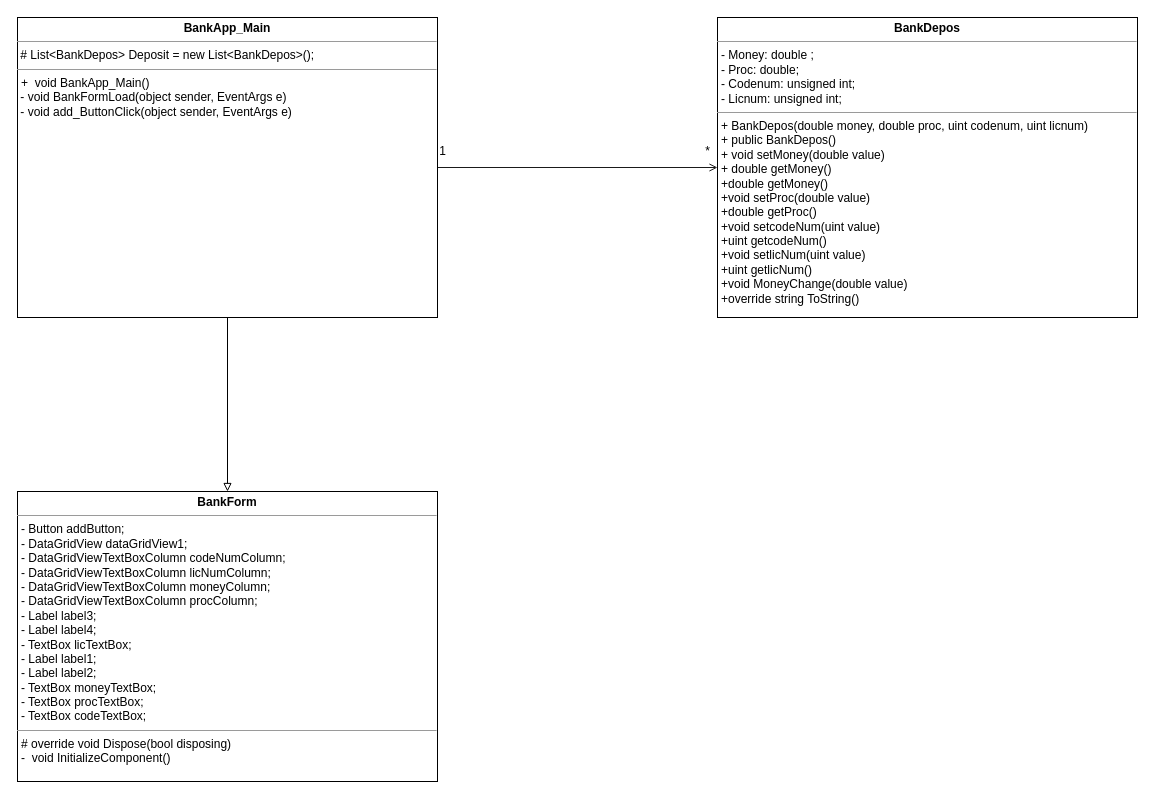
The draw.io diagram BankDepos_UML.drawio in gingerswaltz/gingerswaltz-official, before the edit. Source tidied: cells renumbered, new cells numbered last; positions are measured from the earlier drawing's top-left corner, leaving out a move shared by most shapes. Both pictures are drawn from the tidied source at 100%, with x=0, y=0 at pixel (17, 17).
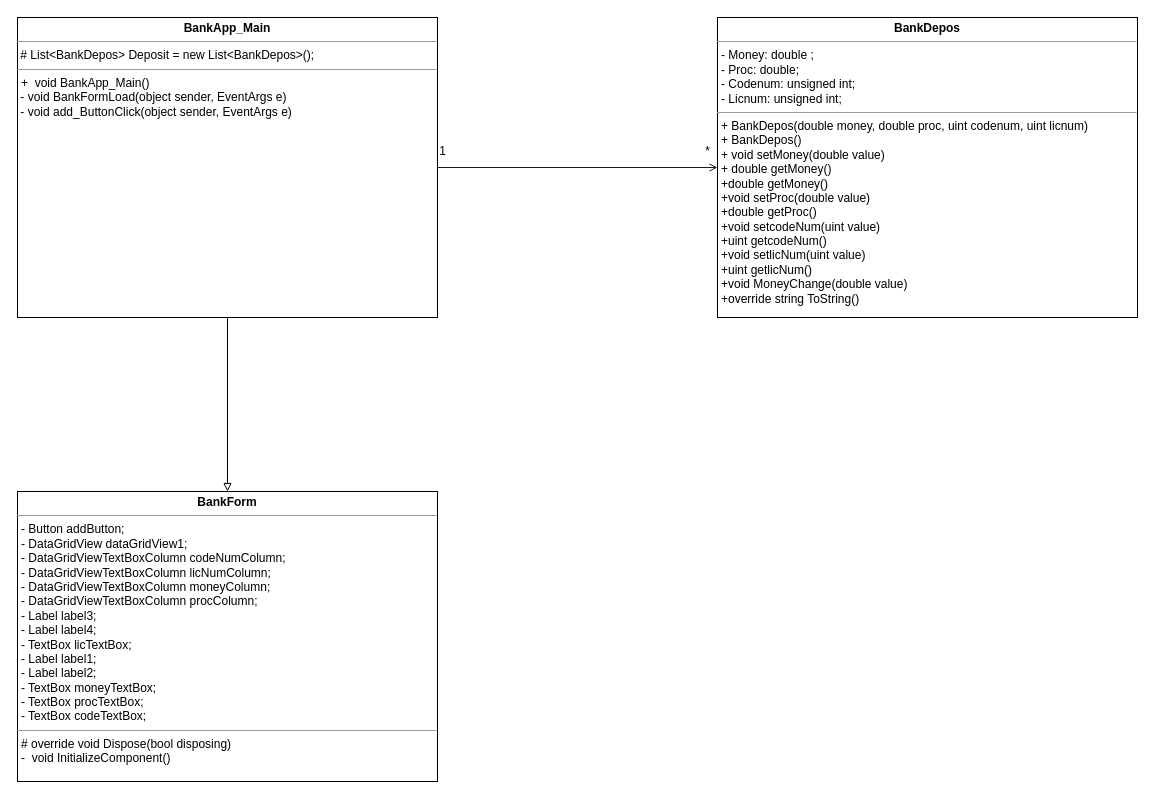
After the change.

Commit message:
uml upd

What changed in the source:
```diff
@@
 <mxGraphModel>
   <root>
     <mxCell id="0" />
     <mxCell id="1" parent="0" />
-    <mxCell id="2" value="&lt;p style=&quot;margin:0px;margin-top:4px;text-align:center;&quot;&gt;&lt;b&gt;BankDepos&lt;/b&gt;&lt;/p&gt;&lt;hr size=&quot;1&quot;&gt;&lt;p style=&quot;margin:0px;margin-left:4px;&quot;&gt;- Money: double ;&lt;/p&gt;&lt;p style=&quot;margin:0px;margin-left:4px;&quot;&gt;- Proc: double;&lt;/p&gt;&lt;p style=&quot;margin:0px;margin-left:4px;&quot;&gt;- Codenum: unsigned int;&lt;/p&gt;&lt;p style=&quot;margin:0px;margin-left:4px;&quot;&gt;- Licnum: unsigned int;&lt;/p&gt;&lt;hr size=&quot;1&quot;&gt;&lt;p style=&quot;margin:0px;margin-left:4px;&quot;&gt;+&amp;nbsp;BankDepos(double money, double proc, uint codenum, uint licnum)&lt;/p&gt;&lt;p style=&quot;margin:0px;margin-left:4px;&quot;&gt;+&amp;nbsp;public BankDepos()&lt;/p&gt;&lt;p style=&quot;margin:0px;margin-left:4px;&quot;&gt;+&amp;nbsp;void setMoney(double value)&lt;/p&gt;&lt;p style=&quot;margin:0px;margin-left:4px;&quot;&gt;+&amp;nbsp;double getMoney()&lt;/p&gt;&lt;p style=&quot;margin:0px;margin-left:4px;&quot;&gt;+double getMoney()&lt;/p&gt;&lt;p style=&quot;margin:0px;margin-left:4px;&quot;&gt;+void setProc(double value)&lt;/p&gt;&lt;p style=&quot;margin:0px;margin-left:4px;&quot;&gt;+double getProc()&lt;/p&gt;&lt;p style=&quot;margin:0px;margin-left:4px;&quot;&gt;+void setcodeNum(uint value)&lt;/p&gt;&lt;p style=&quot;margin:0px;margin-left:4px;&quot;&gt;+uint getcodeNum()&lt;/p&gt;&lt;p style=&quot;margin:0px;margin-left:4px;&quot;&gt;+void setlicNum(uint value)&lt;/p&gt;&lt;p style=&quot;margin:0px;margin-left:4px;&quot;&gt;+uint getlicNum()&lt;/p&gt;&lt;p style=&quot;margin:0px;margin-left:4px;&quot;&gt;+void MoneyChange(double value)&lt;/p&gt;&lt;p style=&quot;margin:0px;margin-left:4px;&quot;&gt;+override string ToString()&lt;/p&gt;" style="verticalAlign=top;align=left;overflow=fill;fontSize=12;fontFamily=Helvetica;html=1;" parent="1" vertex="1">
+    <mxCell id="2" value="&lt;p style=&quot;margin: 0px ; margin-top: 4px ; text-align: center&quot;&gt;&lt;b&gt;BankDepos&lt;/b&gt;&lt;/p&gt;&lt;hr size=&quot;1&quot;&gt;&lt;p style=&quot;margin: 0px ; margin-left: 4px&quot;&gt;- Money: double ;&lt;/p&gt;&lt;p style=&quot;margin: 0px ; margin-left: 4px&quot;&gt;- Proc: double;&lt;/p&gt;&lt;p style=&quot;margin: 0px ; margin-left: 4px&quot;&gt;- Codenum: unsigned int;&lt;/p&gt;&lt;p style=&quot;margin: 0px ; margin-left: 4px&quot;&gt;- Licnum: unsigned int;&lt;/p&gt;&lt;hr size=&quot;1&quot;&gt;&lt;p style=&quot;margin: 0px ; margin-left: 4px&quot;&gt;+&amp;nbsp;BankDepos(double money, double proc, uint codenum, uint licnum)&lt;/p&gt;&lt;p style=&quot;margin: 0px ; margin-left: 4px&quot;&gt;+ BankDepos()&lt;/p&gt;&lt;p style=&quot;margin: 0px ; margin-left: 4px&quot;&gt;+&amp;nbsp;void setMoney(double value)&lt;/p&gt;&lt;p style=&quot;margin: 0px ; margin-left: 4px&quot;&gt;+&amp;nbsp;double getMoney()&lt;/p&gt;&lt;p style=&quot;margin: 0px ; margin-left: 4px&quot;&gt;+double getMoney()&lt;/p&gt;&lt;p style=&quot;margin: 0px ; margin-left: 4px&quot;&gt;+void setProc(double value)&lt;/p&gt;&lt;p style=&quot;margin: 0px ; margin-left: 4px&quot;&gt;+double getProc()&lt;/p&gt;&lt;p style=&quot;margin: 0px ; margin-left: 4px&quot;&gt;+void setcodeNum(uint value)&lt;/p&gt;&lt;p style=&quot;margin: 0px ; margin-left: 4px&quot;&gt;+uint getcodeNum()&lt;/p&gt;&lt;p style=&quot;margin: 0px ; margin-left: 4px&quot;&gt;+void setlicNum(uint value)&lt;/p&gt;&lt;p style=&quot;margin: 0px ; margin-left: 4px&quot;&gt;+uint getlicNum()&lt;/p&gt;&lt;p style=&quot;margin: 0px ; margin-left: 4px&quot;&gt;+void MoneyChange(double value)&lt;/p&gt;&lt;p style=&quot;margin: 0px ; margin-left: 4px&quot;&gt;+override string ToString()&lt;/p&gt;" style="verticalAlign=top;align=left;overflow=fill;fontSize=12;fontFamily=Helvetica;html=1;" parent="1" vertex="1">
       <mxGeometry x="700" width="420" height="300" as="geometry" />
     </mxCell>
     <mxCell id="3" value="&lt;p style=&quot;margin:0px;margin-top:4px;text-align:center;&quot;&gt;&lt;b&gt;BankForm&lt;/b&gt;&lt;/p&gt;&lt;hr size=&quot;1&quot;&gt;&lt;p style=&quot;margin:0px;margin-left:4px;&quot;&gt;- Button addButton;&lt;/p&gt;&lt;p style=&quot;margin:0px;margin-left:4px;&quot;&gt;- DataGridView dataGridView1;&lt;/p&gt;&lt;p style=&quot;margin:0px;margin-left:4px;&quot;&gt;- DataGridViewTextBoxColumn codeNumColumn;&lt;/p&gt;&lt;p style=&quot;margin:0px;margin-left:4px;&quot;&gt;- DataGridViewTextBoxColumn licNumColumn;&lt;/p&gt;&lt;p style=&quot;margin:0px;margin-left:4px;&quot;&gt;- DataGridViewTextBoxColumn moneyColumn;&lt;/p&gt;&lt;p style=&quot;margin:0px;margin-left:4px;&quot;&gt;- DataGridViewTextBoxColumn procColumn;&lt;/p&gt;&lt;p style=&quot;margin:0px;margin-left:4px;&quot;&gt;- Label label3;&lt;/p&gt;&lt;p style=&quot;margin:0px;margin-left:4px;&quot;&gt;- Label label4;&lt;/p&gt;&lt;p style=&quot;margin:0px;margin-left:4px;&quot;&gt;- TextBox licTextBox;&lt;/p&gt;&lt;p style=&quot;margin:0px;margin-left:4px;&quot;&gt;- Label label1;&lt;/p&gt;&lt;p style=&quot;margin:0px;margin-left:4px;&quot;&gt;- Label label2;&lt;/p&gt;&lt;p style=&quot;margin:0px;margin-left:4px;&quot;&gt;- TextBox moneyTextBox;&lt;/p&gt;&lt;p style=&quot;margin:0px;margin-left:4px;&quot;&gt;- TextBox procTextBox;&lt;/p&gt;&lt;p style=&quot;margin:0px;margin-left:4px;&quot;&gt;- TextBox codeTextBox;&lt;/p&gt;&lt;hr size=&quot;1&quot;&gt;&lt;p style=&quot;margin:0px;margin-left:4px;&quot;&gt;# override void Dispose(bool disposing)&lt;br&gt;&lt;/p&gt;&lt;p style=&quot;margin:0px;margin-left:4px;&quot;&gt;-&amp;nbsp; void InitializeComponent()&lt;/p&gt;" style="verticalAlign=top;align=left;overflow=fill;fontSize=12;fontFamily=Helvetica;html=1;" parent="1" vertex="1">
       <mxGeometry y="474" width="420" height="290" as="geometry" />
     </mxCell>
     <mxCell id="4" value="1" style="text;html=1;align=center;verticalAlign=middle;strokeColor=none;fillColor=none;" parent="1" vertex="1">
       <mxGeometry x="410" y="119" width="30" height="30" as="geometry" />
     </mxCell>
     <mxCell id="5" style="edgeStyle=orthogonalEdgeStyle;rounded=0;jettySize=auto;html=1;entryX=0.5;entryY=0;entryDx=0;entryDy=0;endArrow=block;endFill=0;" parent="1" edge="1" source="7" target="3">
       <mxGeometry relative="1" as="geometry" />
     </mxCell>
     <mxCell id="6" style="edgeStyle=orthogonalEdgeStyle;rounded=0;jettySize=auto;html=1;endArrow=open;endFill=0;strokeColor=#1A1A1A;" parent="1" edge="1" source="7" target="2">
       <mxGeometry relative="1" as="geometry" />
     </mxCell>
     <mxCell id="7" value="&lt;p style=&quot;margin: 0px ; margin-top: 4px ; text-align: center&quot;&gt;&lt;b&gt;BankApp_Main&lt;/b&gt;&lt;br&gt;&lt;/p&gt;&lt;hr size=&quot;1&quot;&gt;&lt;p style=&quot;margin: 0px ; margin-left: 4px&quot;&gt;&lt;/p&gt;&amp;nbsp;# List&amp;lt;BankDepos&amp;gt; Deposit = new List&amp;lt;BankDepos&amp;gt;();&lt;hr size=&quot;1&quot;&gt;&lt;p style=&quot;margin: 0px ; margin-left: 4px&quot;&gt;+&amp;nbsp;&lt;span&gt;&amp;nbsp;void BankApp_Main()&lt;/span&gt;&lt;/p&gt;&lt;div&gt;&lt;span&gt;&amp;nbsp;- void BankFormLoad(object sender, EventArgs e)&lt;br&gt;&amp;nbsp;- void add_ButtonClick(object sender, EventArgs e)&lt;br&gt;&lt;/span&gt;&lt;/div&gt;" style="verticalAlign=top;align=left;overflow=fill;fontSize=12;fontFamily=Helvetica;html=1;" parent="1" vertex="1">
       <mxGeometry width="420" height="300" as="geometry" />
     </mxCell>
     <mxCell id="8" value="*" style="text;html=1;align=center;verticalAlign=middle;strokeColor=none;fillColor=none;" parent="1" vertex="1">
       <mxGeometry x="680" y="124" width="20" height="20" as="geometry" />
     </mxCell>
   </root>
 </mxGraphModel>
```
